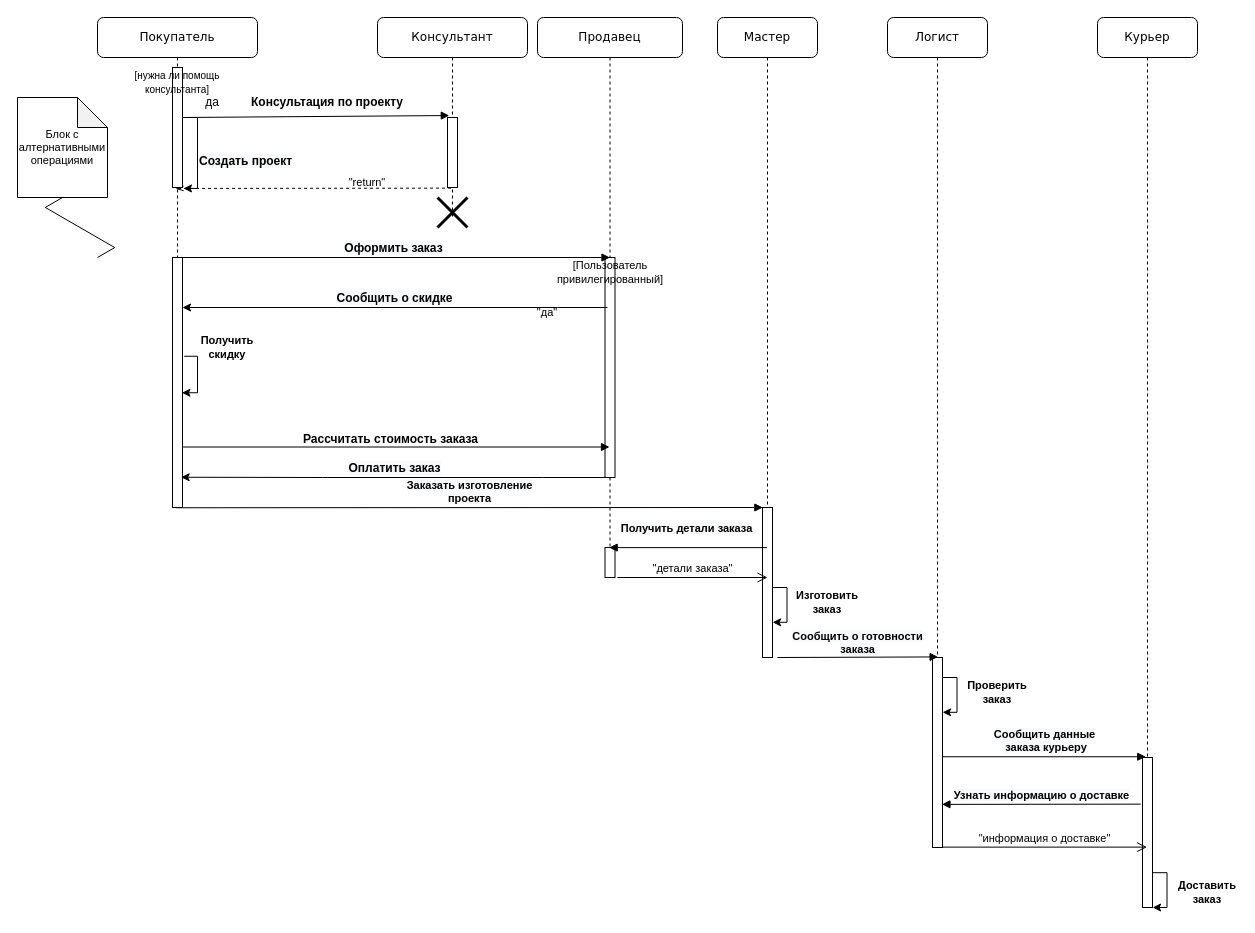
Before: Диаграмма без названия.drawio in shatanov/IT-exams, a draw.io diagram. Source tidied: cells renumbered, new cells numbered last; positions are measured from the earlier drawing's top-left corner, leaving out a move shared by most shapes. Both pictures are drawn from the tidied source at 100%, with x=0, y=0 at pixel (17, 17).
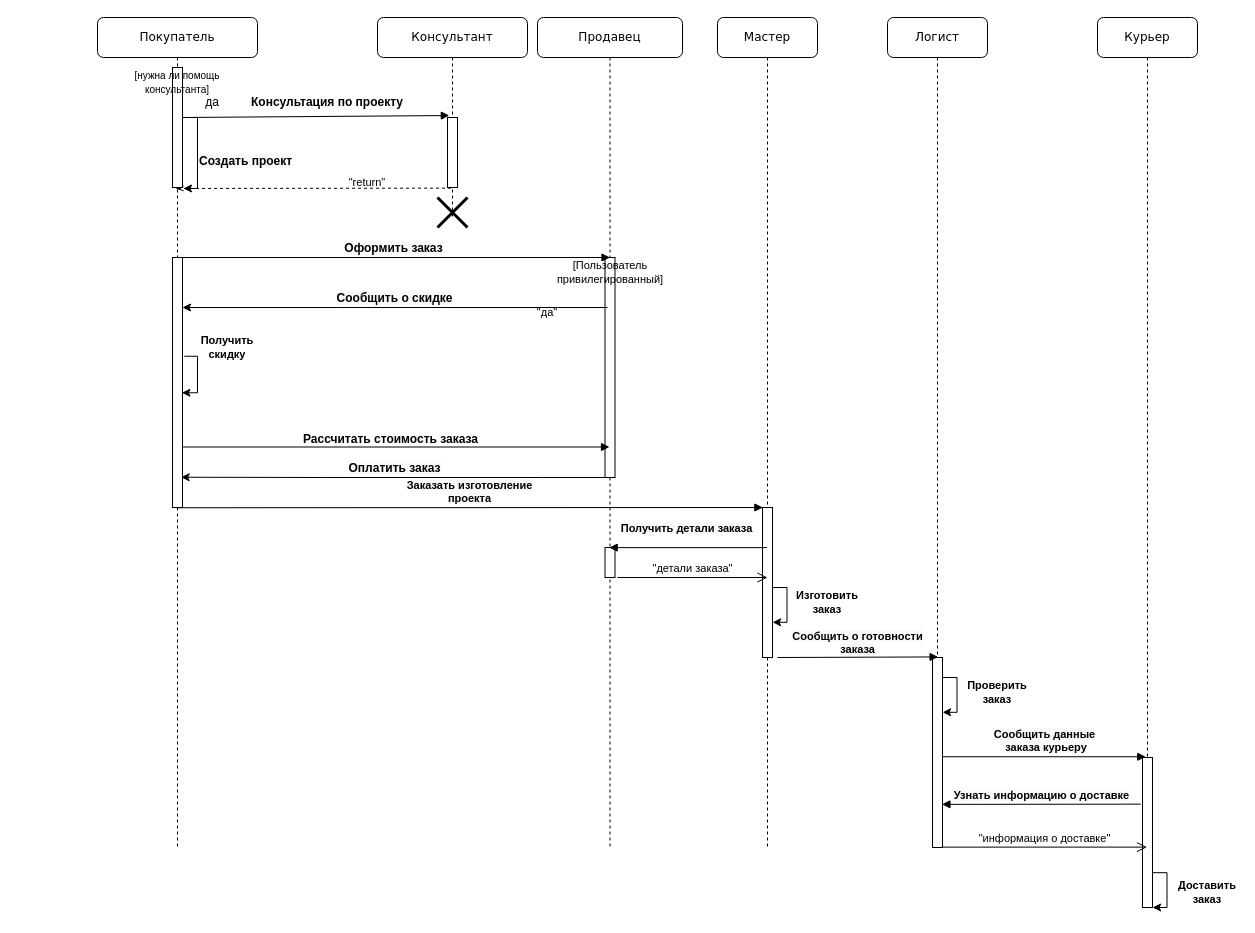
The same diagram, later.

Change to the diagram source:
```diff
@@
     <mxCell id="5" value="Продавец" style="shape=umlLifeline;perimeter=lifelinePerimeter;whiteSpace=wrap;html=1;outlineConnect=0;rounded=1;shadow=0;comic=0;labelBackgroundColor=none;strokeWidth=1;fontFamily=Verdana;fontSize=12;align=center;" parent="1" vertex="1">
-      <mxGeometry x="520" width="145" height="560" as="geometry" />
+      <mxGeometry x="520" width="145" height="830" as="geometry" />
     </mxCell>
@@
     <mxCell id="10" value="Мастер" style="shape=umlLifeline;perimeter=lifelinePerimeter;whiteSpace=wrap;html=1;outlineConnect=0;rounded=1;shadow=0;comic=0;labelBackgroundColor=none;strokeWidth=1;fontFamily=Verdana;fontSize=12;align=center;" parent="1" vertex="1">
-      <mxGeometry x="700" width="100" height="640" as="geometry" />
+      <mxGeometry x="700" width="100" height="830" as="geometry" />
     </mxCell>
@@
     <mxCell id="19" value="Покупатель" style="shape=umlLifeline;perimeter=lifelinePerimeter;whiteSpace=wrap;html=1;rounded=1;shadow=0;comic=0;labelBackgroundColor=none;strokeWidth=1;fontFamily=Verdana;fontSize=12;align=center;" parent="1" vertex="1">
-      <mxGeometry x="80" width="160" height="490" as="geometry" />
+      <mxGeometry x="80" width="160" height="830" as="geometry" />
     </mxCell>
@@
-    <mxCell id="39" value="Блок с алтернативными операциями" style="shape=note;whiteSpace=wrap;html=1;backgroundOutline=1;darkOpacity=0.05;fontSize=11;" parent="1" vertex="1">
-      <mxGeometry y="80" width="90" height="100" as="geometry" />
-    </mxCell>
-    <mxCell id="40" style="endArrow=none;html=1;rounded=0;entryX=0.5;entryY=1;entryDx=0;entryDy=0;entryPerimeter=0;exitX=0;exitY=0;exitDx=0;exitDy=0;exitPerimeter=0;edgeStyle=isometricEdgeStyle;" parent="1" edge="1" target="39">
-      <mxGeometry relative="1" as="geometry">
-        <mxPoint x="80" y="240" as="sourcePoint" />
-      </mxGeometry>
-    </mxCell>
```
